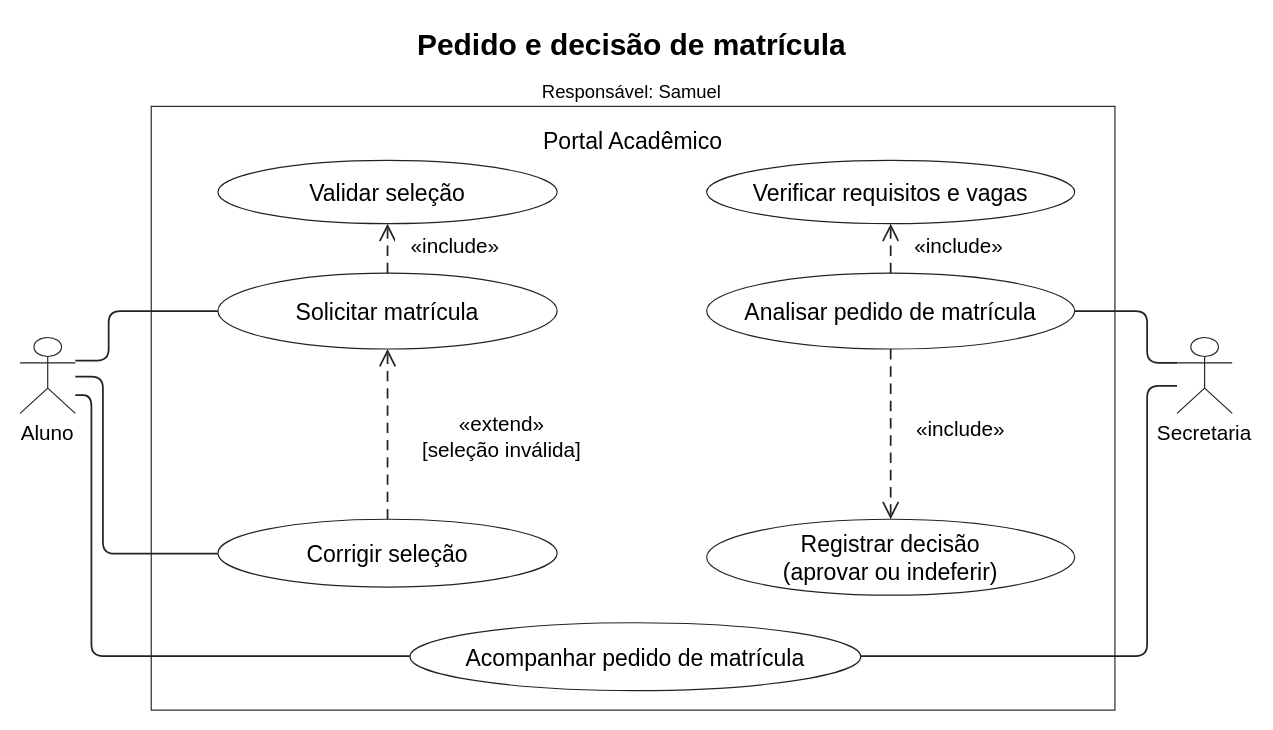
Above: diagramas/casos-de-uso/matricula-include-extend.drawio in samunovasideias/pp1-site-faculdade-uml (draw.io), before the change. Source tidied: cells renumbered, new cells numbered last; positions are measured from the earlier drawing's top-left corner, leaving out a move shared by most shapes. Both pictures are drawn from the tidied source at 115%, with x=0, y=0 at pixel (20, 20).
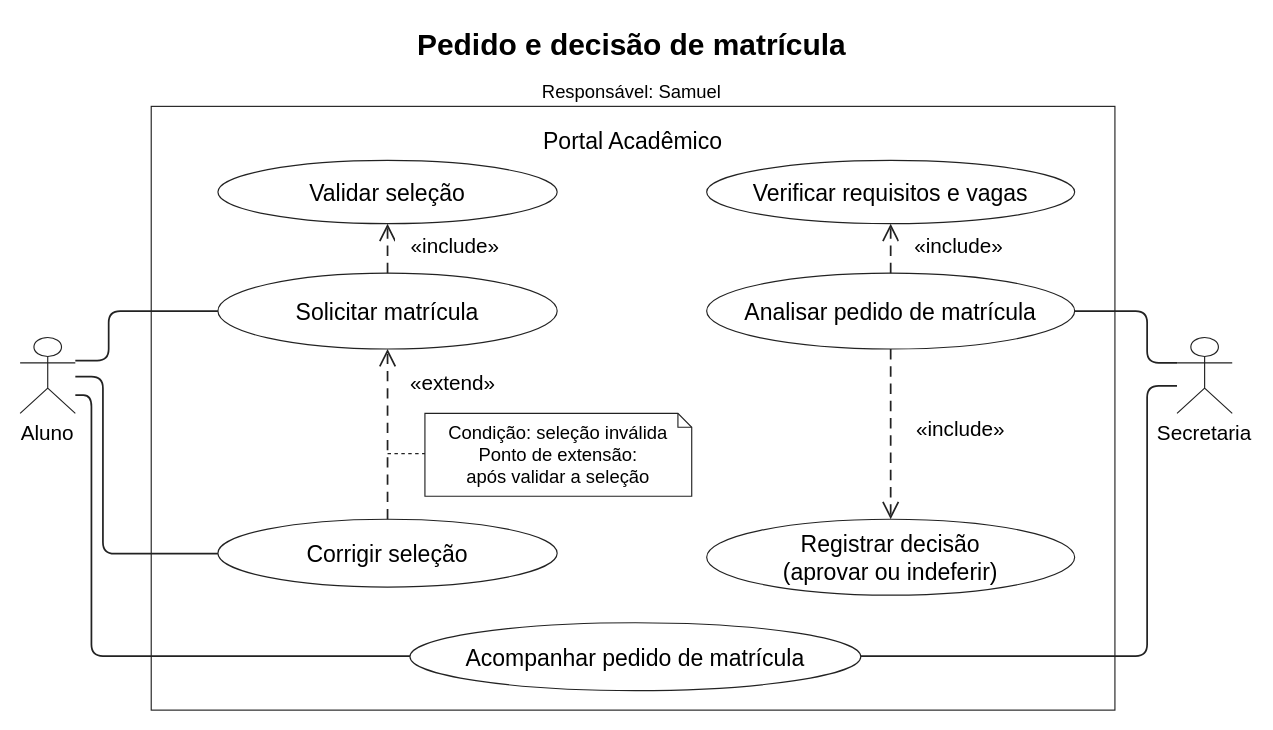
After the change.

Commit message (it also covers changes not shown here):
Refina a notação UML e confere o fluxo de matrícula

Diff of the diagram source:
```diff
@@
-    <mxCell id="26" value="«extend»&#10;[seleção inválida]" style="text;whiteSpace=wrap;align=center;verticalAlign=middle;strokeColor=none;fillColor=#ffffff;fontColor=#000000;fontSize=18;" parent="1" vertex="1">
-      <mxGeometry x="331" y="334" width="176" height="57" as="geometry" />
+    <mxCell id="26" value="«extend»" style="text;whiteSpace=wrap;align=center;verticalAlign=middle;strokeColor=none;fillColor=#ffffff;fontColor=#000000;fontSize=18;" parent="1" vertex="1">
+      <mxGeometry x="329" y="303" width="95" height="25" as="geometry" />
     </mxCell>
+    <mxCell id="27" value="Condição: seleção inválida&#10;Ponto de extensão:&#10;após validar a seleção" style="shape=note;size=12;whiteSpace=wrap;html=0;align=center;strokeColor=#222222;fillColor=#ffffff;fontColor=#000000;fontSize=16;" parent="1" vertex="1">
+      <mxGeometry x="352" y="342" width="232" height="72" as="geometry" />
+    </mxCell>
+    <mxCell id="28" style="dashed=1;endArrow=none;strokeColor=#222222;" parent="1" edge="1">
+      <mxGeometry relative="1" as="geometry">
+        <mxPoint x="319.5" y="377" as="sourcePoint" />
+        <mxPoint x="352" y="377" as="targetPoint" />
+      </mxGeometry>
+    </mxCell>
```
